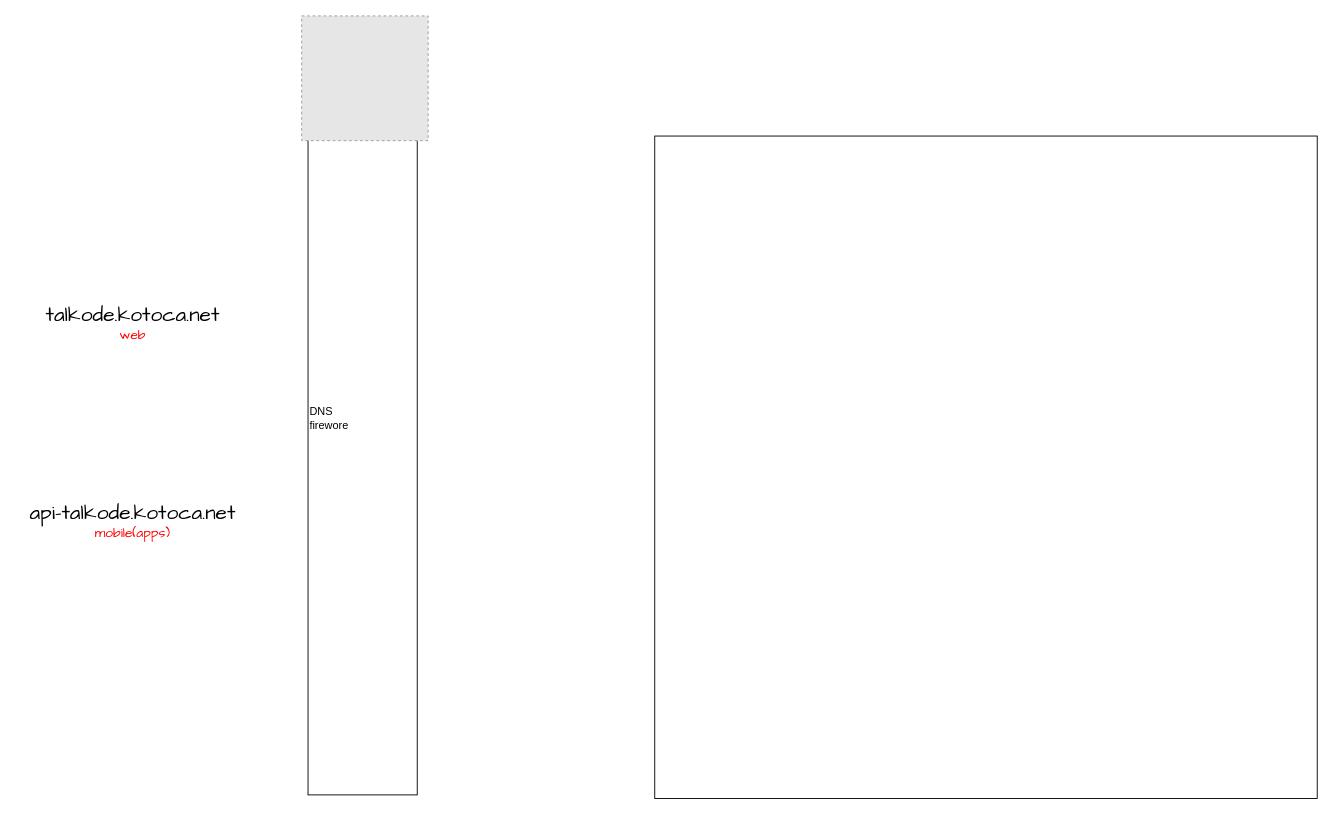
GOTOUMA-KAKERU/gimoron keeps this draw.io diagram as 琴花鯖構成図.drawio. Above is the earlier version. Source tidied: cells renumbered, new cells numbered last; positions are measured from the earlier drawing's top-left corner, leaving out a move shared by most shapes. Both pictures are drawn from the tidied source at 91%, with x=0, y=0 at pixel (15, 15). Pictures stored in the file or linked from it are replaced by grey dashed boxes.
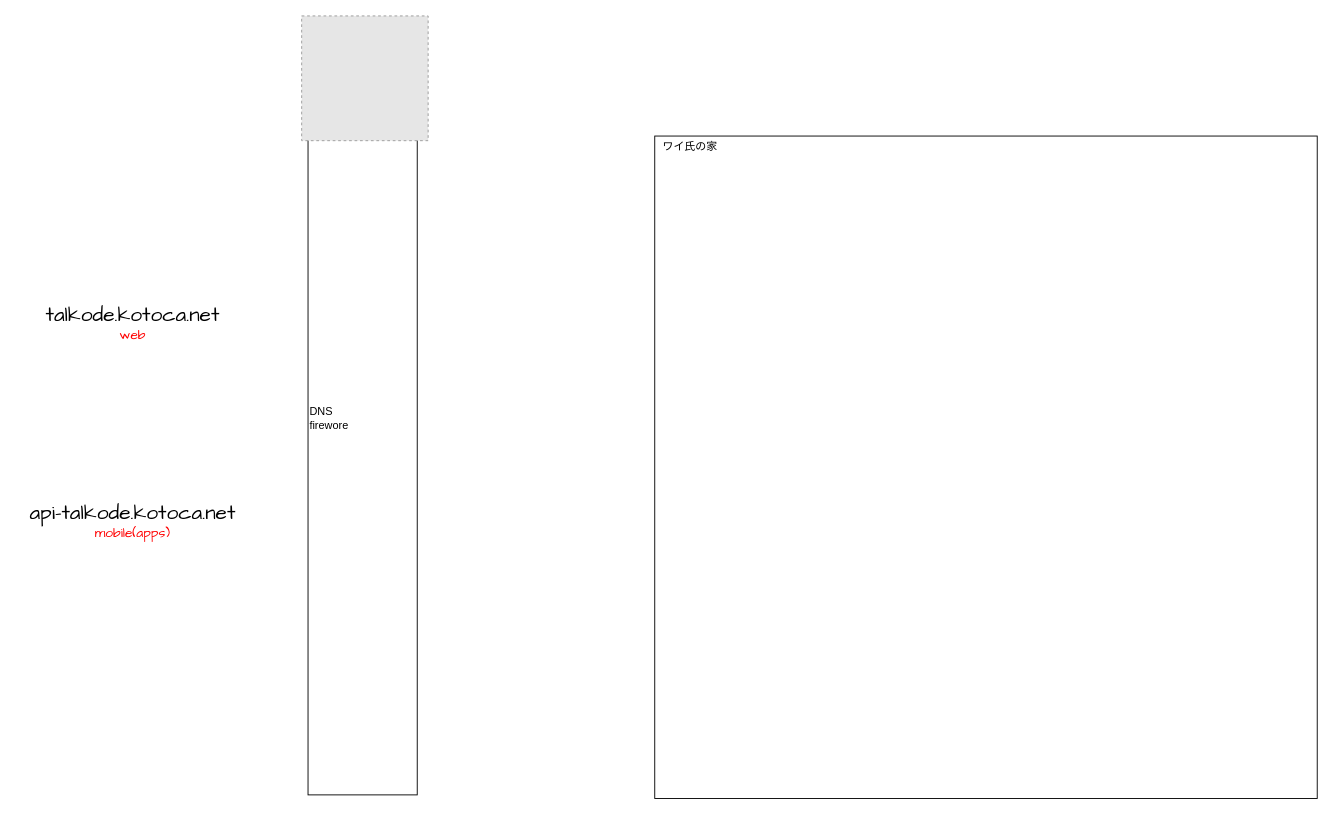
Above is the later version.

Commit message:
琴花鯖構成図.drawio を更新します

The edit, as a diff of the source:
```diff
@@
 <mxGraphModel>
   <root>
     <mxCell id="0" />
     <mxCell id="1" parent="0" />
     <mxCell id="2" value="DNS&lt;div&gt;firewore&lt;/div&gt;" style="whiteSpace=wrap;html=1;align=left;" parent="1" vertex="1">
       <mxGeometry x="321" y="28" width="120" height="828" as="geometry" />
     </mxCell>
     <mxCell id="3" style="fillColor=#E6E6E6;strokeColor=#999999;dashed=1;verticalLabelPosition=bottom;labelBackgroundColor=default;verticalAlign=top;" parent="1" vertex="1">
       <mxGeometry x="314" width="139" height="137.1" as="geometry" />
     </mxCell>
     <mxCell id="4" value="&lt;font face=&quot;Comic Sans MS&quot; style=&quot;font-size: 23px;&quot;&gt;talkode.kotoca.net&lt;/font&gt;&lt;div&gt;&lt;font color=&quot;#ff0000&quot; style=&quot;font-size: 15px;&quot; face=&quot;Comic Sans MS&quot;&gt;web&lt;/font&gt;&lt;/div&gt;" style="text;html=1;align=center;verticalAlign=middle;strokeColor=none;fillColor=none;" parent="1" vertex="1">
       <mxGeometry x="20" y="309" width="216" height="58" as="geometry" />
     </mxCell>
     <mxCell id="5" value="&lt;font face=&quot;Comic Sans MS&quot; style=&quot;font-size: 23px;&quot;&gt;api-talkode.kotoca.net&lt;/font&gt;&lt;div&gt;&lt;font face=&quot;Comic Sans MS&quot; color=&quot;#ff0000&quot;&gt;&lt;span style=&quot;font-size: 15px;&quot;&gt;mobile(apps)&lt;/span&gt;&lt;/font&gt;&lt;/div&gt;" style="text;html=1;align=center;verticalAlign=middle;strokeColor=none;fillColor=none;" parent="1" vertex="1">
       <mxGeometry y="526" width="256" height="58" as="geometry" />
     </mxCell>
     <mxCell id="6" style="whiteSpace=wrap;html=1;" parent="1" vertex="1">
       <mxGeometry x="702" y="132" width="728" height="728" as="geometry" />
     </mxCell>
+    <mxCell id="7" value="ワイ氏の家" style="text;html=1;align=center;verticalAlign=middle;whiteSpace=wrap;rounded=0;" parent="1" vertex="1">
+      <mxGeometry x="671" y="129" width="140" height="30" as="geometry" />
+    </mxCell>
   </root>
 </mxGraphModel>
```
